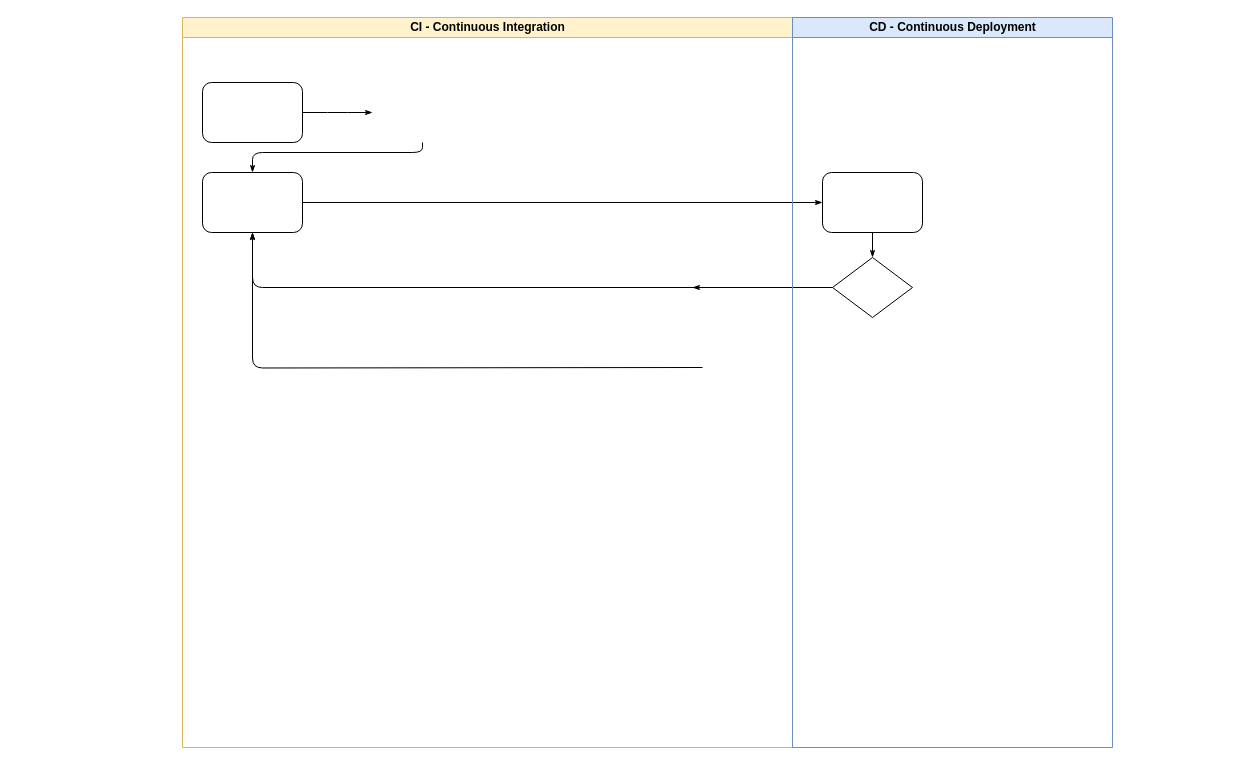
Earlier version of the draw.io diagram Arquitetura-Pipeline.drawio (Minsait-Teste/desafio-minsait). Source tidied: cells renumbered, new cells numbered last; positions are measured from the earlier drawing's top-left corner, leaving out a move shared by most shapes. Both pictures are drawn from the tidied source at 100%, with x=0, y=0 at pixel (182, 17).
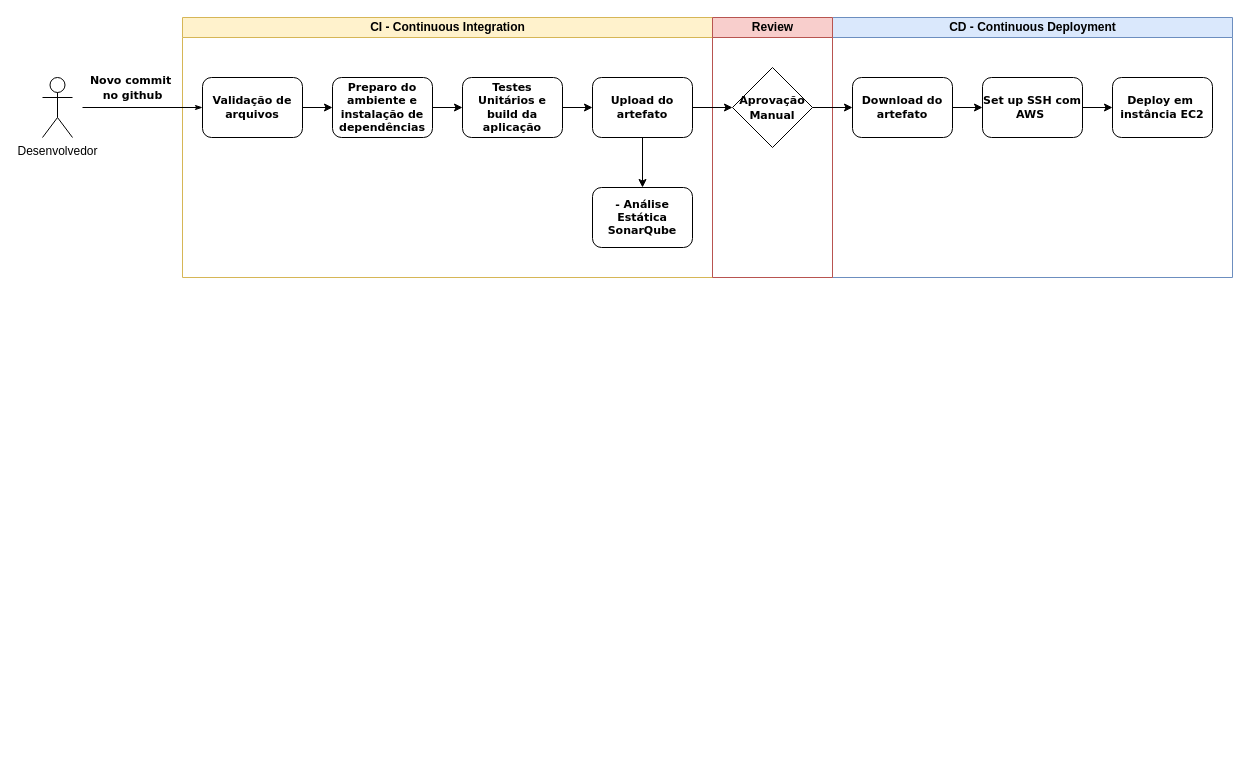
The same page after the edit.

Diff of the diagram source:
```diff
@@
     <mxCell id="2" value="CI - Continuous Integration" style="swimlane;html=1;startSize=20;fillColor=#fff2cc;strokeColor=#d6b656;" parent="1" vertex="1">
-      <mxGeometry width="610" height="730" as="geometry" />
+      <mxGeometry width="530" height="260" as="geometry" />
     </mxCell>
-    <mxCell id="3" style="rounded=1;whiteSpace=wrap;html=1;shadow=0;labelBackgroundColor=none;strokeWidth=1;fontFamily=Verdana;fontSize=8;align=center;" parent="2" vertex="1">
-      <mxGeometry x="20" y="65" width="100" height="60" as="geometry" />
-    </mxCell>
-    <mxCell id="4" style="rounded=1;whiteSpace=wrap;html=1;shadow=0;labelBackgroundColor=none;strokeWidth=1;fontFamily=Verdana;fontSize=8;align=center;" parent="2" vertex="1">
-      <mxGeometry x="20" y="155" width="100" height="60" as="geometry" />
-    </mxCell>
+    <mxCell id="15" value="&lt;span style=&quot;font-size: 11px;&quot;&gt;&lt;b&gt;Preparo do ambiente e instalação de dependências&lt;/b&gt;&lt;/span&gt;" style="rounded=1;whiteSpace=wrap;html=1;shadow=0;labelBackgroundColor=none;strokeWidth=1;fontFamily=Verdana;fontSize=8;align=center;" parent="2" vertex="1">
+      <mxGeometry x="150" y="60" width="100" height="60" as="geometry" />
+    </mxCell>
+    <mxCell id="16" style="endArrow=classic;html=1;rounded=0;exitX=1;exitY=0.5;exitDx=0;exitDy=0;entryX=0;entryY=0.5;entryDx=0;entryDy=0;" parent="2" edge="1" source="17" target="15">
+      <mxGeometry relative="1" as="geometry" />
+    </mxCell>
-    <mxCell id="5" style="edgeStyle=orthogonalEdgeStyle;rounded=1;html=1;labelBackgroundColor=none;startArrow=none;startFill=0;startSize=5;endArrow=classicThin;endFill=1;endSize=5;jettySize=auto;strokeWidth=1;fontFamily=Verdana;fontSize=8;" parent="1" edge="1" source="3">
+    <mxCell id="5" style="edgeStyle=orthogonalEdgeStyle;rounded=1;html=1;labelBackgroundColor=none;startArrow=none;startFill=0;startSize=5;endArrow=classicThin;endFill=1;endSize=5;jettySize=auto;orthogonalLoop=1;strokeWidth=1;fontFamily=Verdana;fontSize=8;" parent="2" edge="1">
       <mxGeometry relative="1" as="geometry">
-        <mxPoint x="190" y="95" as="targetPoint" />
+        <mxPoint x="-100" y="90" as="sourcePoint" />
+        <mxPoint x="20" y="90" as="targetPoint" />
       </mxGeometry>
     </mxCell>
-    <mxCell id="6" style="edgeStyle=orthogonalEdgeStyle;rounded=1;html=1;labelBackgroundColor=none;startArrow=none;startFill=0;startSize=5;endArrow=classicThin;endFill=1;endSize=5;jettySize=auto;strokeWidth=1;fontFamily=Verdana;fontSize=8;" parent="1" edge="1" target="4">
-      <mxGeometry relative="1" as="geometry">
-        <mxPoint x="240" y="125" as="sourcePoint" />
-        <Array as="points">
-          <mxPoint x="240" y="135" />
-          <mxPoint x="70" y="135" />
-        </Array>
-      </mxGeometry>
-    </mxCell>
-    <mxCell id="7" style="edgeStyle=orthogonalEdgeStyle;rounded=1;html=1;labelBackgroundColor=none;startArrow=none;startFill=0;startSize=5;endArrow=classicThin;endFill=1;endSize=5;jettySize=auto;strokeWidth=1;fontFamily=Verdana;fontSize=8;" parent="1" edge="1" source="4" target="12">
-      <mxGeometry relative="1" as="geometry" />
-    </mxCell>
-    <mxCell id="8" style="edgeStyle=orthogonalEdgeStyle;rounded=1;html=1;labelBackgroundColor=none;startArrow=none;startFill=0;startSize=5;endArrow=classicThin;endFill=1;endSize=5;jettySize=auto;strokeWidth=1;fontFamily=Verdana;fontSize=8;" parent="1" edge="1" source="13" target="4">
-      <mxGeometry relative="1" as="geometry" />
-    </mxCell>
-    <mxCell id="9" style="edgeStyle=orthogonalEdgeStyle;rounded=1;html=1;labelBackgroundColor=none;startArrow=none;startFill=0;startSize=5;endArrow=classicThin;endFill=1;endSize=5;jettySize=auto;strokeWidth=1;fontFamily=Verdana;fontSize=8;" parent="1" edge="1" target="4">
-      <mxGeometry relative="1" as="geometry">
-        <mxPoint x="520" y="350" as="sourcePoint" />
-      </mxGeometry>
-    </mxCell>
-    <mxCell id="10" style="edgeStyle=orthogonalEdgeStyle;rounded=1;html=1;labelBackgroundColor=none;startArrow=none;startFill=0;startSize=5;endArrow=classicThin;endFill=1;endSize=5;jettySize=auto;strokeWidth=1;fontFamily=Verdana;fontSize=8;" parent="1" edge="1" source="13">
-      <mxGeometry relative="1" as="geometry">
-        <mxPoint x="510" y="270" as="targetPoint" />
-      </mxGeometry>
-    </mxCell>
+    <mxCell id="17" value="&lt;span style=&quot;font-size: 11px;&quot;&gt;&lt;b&gt;Validação de arquivos&lt;/b&gt;&lt;/span&gt;" style="rounded=1;whiteSpace=wrap;html=1;shadow=0;labelBackgroundColor=none;strokeWidth=1;fontFamily=Verdana;fontSize=8;align=center;" parent="2" vertex="1">
+      <mxGeometry x="20" y="60" width="100" height="60" as="geometry" />
+    </mxCell>
+    <mxCell id="18" value="&lt;span style=&quot;font-size: 11px;&quot;&gt;&lt;b&gt;Testes Unitários e build da aplicação&lt;/b&gt;&lt;/span&gt;" style="rounded=1;whiteSpace=wrap;html=1;shadow=0;labelBackgroundColor=none;strokeWidth=1;fontFamily=Verdana;fontSize=8;align=center;" parent="2" vertex="1">
+      <mxGeometry x="280" y="60" width="100" height="60" as="geometry" />
+    </mxCell>
+    <mxCell id="19" style="endArrow=classic;html=1;rounded=0;exitX=1;exitY=0.5;exitDx=0;exitDy=0;entryX=0;entryY=0.5;entryDx=0;entryDy=0;" parent="2" edge="1" target="18">
+      <mxGeometry relative="1" as="geometry">
+        <mxPoint x="250" y="90" as="sourcePoint" />
+      </mxGeometry>
+    </mxCell>
+    <mxCell id="20" style="edgeStyle=orthogonalEdgeStyle;rounded=0;jettySize=auto;html=1;exitX=0.5;exitY=1;exitDx=0;exitDy=0;entryX=0.5;entryY=0;entryDx=0;entryDy=0;" parent="2" edge="1" source="21" target="23">
+      <mxGeometry relative="1" as="geometry" />
+    </mxCell>
+    <mxCell id="21" value="&lt;span style=&quot;font-size: 11px;&quot;&gt;&lt;b&gt;Upload do artefato&lt;/b&gt;&lt;/span&gt;" style="rounded=1;whiteSpace=wrap;html=1;shadow=0;labelBackgroundColor=none;strokeWidth=1;fontFamily=Verdana;fontSize=8;align=center;" parent="2" vertex="1">
+      <mxGeometry x="410" y="60" width="100" height="60" as="geometry" />
+    </mxCell>
+    <mxCell id="22" style="endArrow=classic;html=1;rounded=0;exitX=1;exitY=0.5;exitDx=0;exitDy=0;entryX=0;entryY=0.5;entryDx=0;entryDy=0;" parent="2" edge="1" target="21">
+      <mxGeometry relative="1" as="geometry">
+        <mxPoint x="380" y="90" as="sourcePoint" />
+      </mxGeometry>
+    </mxCell>
+    <mxCell id="23" value="&lt;span style=&quot;font-size: 11px;&quot;&gt;&lt;b&gt;- Análise Estática SonarQube&lt;/b&gt;&lt;/span&gt;" style="rounded=1;whiteSpace=wrap;html=1;shadow=0;labelBackgroundColor=none;strokeWidth=1;fontFamily=Verdana;fontSize=8;align=center;" parent="2" vertex="1">
+      <mxGeometry x="410" y="170" width="100" height="60" as="geometry" />
+    </mxCell>
+    <mxCell id="24" value="Desenvolvedor" style="shape=umlActor;verticalLabelPosition=bottom;verticalAlign=top;html=1;" parent="2" vertex="1">
+      <mxGeometry x="-140" y="60" width="30" height="60" as="geometry" />
+    </mxCell>
+    <mxCell id="25" value="&lt;font style=&quot;font-size: 11px;&quot; face=&quot;Verdana&quot;&gt;&lt;b&gt;Novo commit&amp;nbsp;&lt;/b&gt;&lt;/font&gt;&lt;div&gt;&lt;font style=&quot;font-size: 11px;&quot; face=&quot;Verdana&quot;&gt;&lt;b&gt;no github&lt;/b&gt;&lt;/font&gt;&lt;/div&gt;" style="text;html=1;align=center;verticalAlign=middle;strokeColor=none;fillColor=none;" parent="2" vertex="1">
+      <mxGeometry x="-95" y="50" width="90" height="40" as="geometry" />
+    </mxCell>
     <mxCell id="11" value="CD - Continuous Deployment" style="swimlane;html=1;startSize=20;fillColor=#dae8fc;strokeColor=#6c8ebf;" parent="1" vertex="1">
-      <mxGeometry x="610" width="320" height="730" as="geometry" />
+      <mxGeometry x="650" width="400" height="260" as="geometry" />
     </mxCell>
-    <mxCell id="12" style="rounded=1;whiteSpace=wrap;html=1;shadow=0;labelBackgroundColor=none;strokeWidth=1;fontFamily=Verdana;fontSize=8;align=center;" parent="11" vertex="1">
-      <mxGeometry x="30" y="155" width="100" height="60" as="geometry" />
-    </mxCell>
-    <mxCell id="13" style="rhombus;whiteSpace=wrap;html=1;rounded=0;shadow=0;labelBackgroundColor=none;strokeWidth=1;fontFamily=Verdana;fontSize=8;align=center;" parent="11" vertex="1">
-      <mxGeometry x="40" y="240" width="80" height="60" as="geometry" />
-    </mxCell>
-    <mxCell id="14" style="edgeStyle=orthogonalEdgeStyle;rounded=1;html=1;labelBackgroundColor=none;startArrow=none;startFill=0;startSize=5;endArrow=classicThin;endFill=1;endSize=5;jettySize=auto;strokeWidth=1;fontFamily=Verdana;fontSize=8;" parent="11" edge="1" source="12" target="13">
-      <mxGeometry relative="1" as="geometry" />
-    </mxCell>
+    <mxCell id="26" style="edgeStyle=orthogonalEdgeStyle;rounded=0;jettySize=auto;html=1;exitX=1;exitY=0.5;exitDx=0;exitDy=0;entryX=0;entryY=0.5;entryDx=0;entryDy=0;" parent="11" edge="1" source="27" target="29">
+      <mxGeometry relative="1" as="geometry" />
+    </mxCell>
+    <mxCell id="27" value="&lt;span style=&quot;font-size: 11px;&quot;&gt;&lt;b&gt;Download do artefato&lt;/b&gt;&lt;/span&gt;" style="rounded=1;whiteSpace=wrap;html=1;shadow=0;labelBackgroundColor=none;strokeWidth=1;fontFamily=Verdana;fontSize=8;align=center;" parent="11" vertex="1">
+      <mxGeometry x="20" y="60" width="100" height="60" as="geometry" />
+    </mxCell>
+    <mxCell id="28" style="edgeStyle=orthogonalEdgeStyle;rounded=0;jettySize=auto;html=1;exitX=1;exitY=0.5;exitDx=0;exitDy=0;entryX=0;entryY=0.5;entryDx=0;entryDy=0;" parent="11" edge="1" source="29" target="30">
+      <mxGeometry relative="1" as="geometry" />
+    </mxCell>
+    <mxCell id="29" value="&lt;span style=&quot;font-size: 11px;&quot;&gt;&lt;b&gt;Set up SSH com AWS&amp;nbsp;&lt;/b&gt;&lt;/span&gt;" style="rounded=1;whiteSpace=wrap;html=1;shadow=0;labelBackgroundColor=none;strokeWidth=1;fontFamily=Verdana;fontSize=8;align=center;" parent="11" vertex="1">
+      <mxGeometry x="150" y="60" width="100" height="60" as="geometry" />
+    </mxCell>
+    <mxCell id="30" value="&lt;span style=&quot;font-size: 11px;&quot;&gt;&lt;b&gt;Deploy em&amp;nbsp;&lt;/b&gt;&lt;/span&gt;&lt;div&gt;&lt;span style=&quot;font-size: 11px;&quot;&gt;&lt;b&gt;instância EC2&lt;/b&gt;&lt;/span&gt;&lt;/div&gt;" style="rounded=1;whiteSpace=wrap;html=1;shadow=0;labelBackgroundColor=none;strokeWidth=1;fontFamily=Verdana;fontSize=8;align=center;" parent="11" vertex="1">
+      <mxGeometry x="280" y="60" width="100" height="60" as="geometry" />
+    </mxCell>
+    <mxCell id="31" value="Review" style="swimlane;html=1;startSize=20;fillColor=#f8cecc;strokeColor=#b85450;" parent="11" vertex="1">
+      <mxGeometry x="-120" width="120" height="260" as="geometry" />
+    </mxCell>
+    <mxCell id="32" value="&lt;font style=&quot;font-size: 11px;&quot; face=&quot;Verdana&quot;&gt;&lt;b&gt;Aprovação&lt;/b&gt;&lt;/font&gt;&lt;div&gt;&lt;font style=&quot;font-size: 11px;&quot; face=&quot;Verdana&quot;&gt;&lt;b&gt;Manual&lt;/b&gt;&lt;/font&gt;&lt;/div&gt;" style="rhombus;whiteSpace=wrap;html=1;" parent="31" vertex="1">
+      <mxGeometry x="20" y="50" width="80" height="80" as="geometry" />
+    </mxCell>
+    <mxCell id="33" style="edgeStyle=orthogonalEdgeStyle;rounded=0;jettySize=auto;html=1;exitX=1;exitY=0.5;exitDx=0;exitDy=0;entryX=0;entryY=0.5;entryDx=0;entryDy=0;" parent="11" edge="1" source="32" target="27">
+      <mxGeometry relative="1" as="geometry" />
+    </mxCell>
+    <mxCell id="34" style="edgeStyle=orthogonalEdgeStyle;rounded=0;jettySize=auto;html=1;exitX=1;exitY=0.5;exitDx=0;exitDy=0;entryX=0;entryY=0.5;entryDx=0;entryDy=0;" parent="1" edge="1" source="21" target="32">
+      <mxGeometry relative="1" as="geometry" />
+    </mxCell>
```
